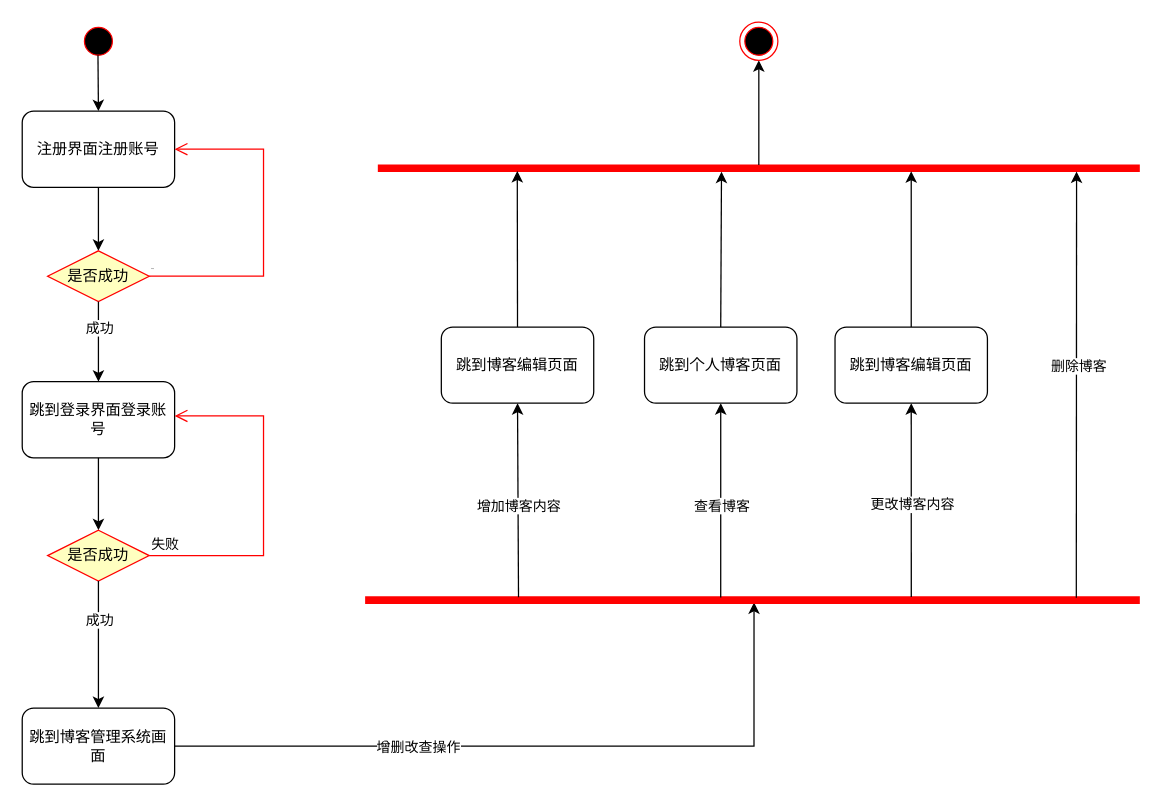
Above: BlogActivity.drawio in YANGRUIPU/personal-blog-project (draw.io), before the change. Source tidied: cells renumbered, new cells numbered last; positions are measured from the earlier drawing's top-left corner, leaving out a move shared by most shapes. Both pictures are drawn from the tidied source at 127%, with x=0, y=0 at pixel (22, 22).
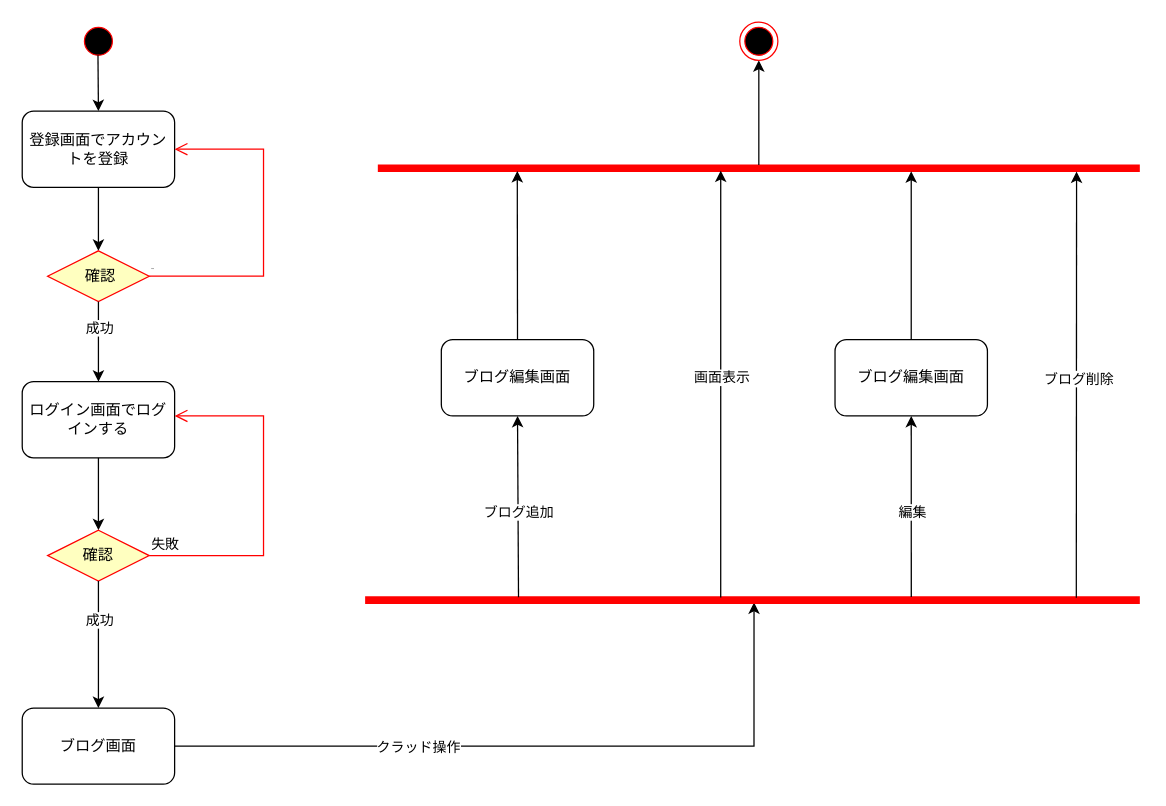
After the change.

The change refers to these unchanged cells:
```xml
<mxCell id="17" style="endArrow=classic;html=1;rounded=0;exitX=1;exitY=0.5;exitDx=0;exitDy=0;edgeStyle=orthogonalEdgeStyle;entryX=0.502;entryY=0.685;entryDx=0;entryDy=0;entryPerimeter=0;" parent="1" edge="1" source="16" target="19">
  <mxGeometry relative="1" as="geometry" />
</mxCell>
<mxCell id="19" style="shape=line;html=1;strokeWidth=6;strokeColor=#ff0000;fontFamily=Helvetica;fontSize=11;fontColor=default;fillColor=#000000;" parent="1" vertex="1">
  <mxGeometry x="270" y="450" width="610" height="10" as="geometry" />
</mxCell>
<mxCell id="20" style="shape=line;html=1;strokeWidth=6;strokeColor=#ff0000;fontFamily=Helvetica;fontSize=11;fontColor=default;fillColor=#000000;" parent="1" vertex="1">
  <mxGeometry x="280" y="110" width="600" height="10" as="geometry" />
</mxCell>
<mxCell id="21" style="endArrow=classic;html=1;rounded=0;exitX=0.198;exitY=0.272;exitDx=0;exitDy=0;exitPerimeter=0;entryX=0.5;entryY=1;entryDx=0;entryDy=0;" parent="1" edge="1" source="19" target="35">
  <mxGeometry relative="1" as="geometry" />
</mxCell>
<mxCell id="25" style="endArrow=classic;html=1;rounded=0;exitX=0.705;exitY=0.249;exitDx=0;exitDy=0;exitPerimeter=0;entryX=0.5;entryY=1;entryDx=0;entryDy=0;" parent="1" edge="1" source="19" target="33">
  <mxGeometry relative="1" as="geometry" />
</mxCell>
<mxCell id="27" style="endArrow=classic;html=1;rounded=0;exitX=0.918;exitY=0.319;exitDx=0;exitDy=0;exitPerimeter=0;entryX=0.917;entryY=0.756;entryDx=0;entryDy=0;entryPerimeter=0;" parent="1" edge="1" source="19" target="20">
  <mxGeometry relative="1" as="geometry" />
</mxCell>
```

Diff of the diagram source:
```diff
@@
-    <mxCell id="3" value="注册界面注册账号" style="rounded=1;whiteSpace=wrap;html=1;" parent="1" vertex="1">
+    <mxCell id="3" value="登録画面でアカウントを登録" style="rounded=1;whiteSpace=wrap;html=1;" parent="1" vertex="1">
       <mxGeometry y="70" width="120" height="60" as="geometry" />
     </mxCell>
@@
-    <mxCell id="6" value="是否成功" style="rhombus;whiteSpace=wrap;html=1;fontColor=#000000;fillColor=#ffffc0;strokeColor=#ff0000;" parent="1" vertex="1">
+    <mxCell id="6" value="&amp;nbsp;確認" style="rhombus;whiteSpace=wrap;html=1;fontColor=#000000;fillColor=#ffffc0;strokeColor=#ff0000;" parent="1" vertex="1">
       <mxGeometry x="20" y="180" width="80" height="40" as="geometry" />
     </mxCell>
-    <mxCell id="7" value="&lt;font style=&quot;font-size: 1px;&quot;&gt;失败&lt;/font&gt;" style="edgeStyle=orthogonalEdgeStyle;html=1;align=left;verticalAlign=bottom;endArrow=open;endSize=8;strokeColor=#ff0000;rounded=0;entryX=1;entryY=0.5;entryDx=0;entryDy=0;exitX=1;exitY=0.5;exitDx=0;exitDy=0;" parent="1" edge="1" source="6" target="3">
+    <mxCell id="7" value="&lt;span style=&quot;font-size: 1px;&quot;&gt;失敗&lt;/span&gt;" style="edgeStyle=orthogonalEdgeStyle;html=1;align=left;verticalAlign=bottom;endArrow=open;endSize=8;strokeColor=#ff0000;rounded=0;entryX=1;entryY=0.5;entryDx=0;entryDy=0;exitX=1;exitY=0.5;exitDx=0;exitDy=0;" parent="1" edge="1" source="6" target="3">
       <mxGeometry x="-1" relative="1" as="geometry">
         <Array as="points">
           <mxPoint x="190" y="200" />
           <mxPoint x="190" y="100" />
         </Array>
       </mxGeometry>
     </mxCell>
@@
-    <mxCell id="10" value="跳到登录界面登录账号" style="rounded=1;whiteSpace=wrap;html=1;" parent="1" vertex="1">
+    <mxCell id="10" value="ログイン画面でログインする" style="rounded=1;whiteSpace=wrap;html=1;" parent="1" vertex="1">
       <mxGeometry y="283" width="120" height="60" as="geometry" />
     </mxCell>
@@
-    <mxCell id="12" value="是否成功" style="rhombus;whiteSpace=wrap;html=1;fontColor=#000000;fillColor=#ffffc0;strokeColor=#ff0000;" parent="1" vertex="1">
+    <mxCell id="12" value="確認" style="rhombus;whiteSpace=wrap;html=1;fontColor=#000000;fillColor=#ffffc0;strokeColor=#ff0000;" parent="1" vertex="1">
       <mxGeometry x="20" y="400" width="80" height="40" as="geometry" />
     </mxCell>
-    <mxCell id="13" value="失败" style="edgeStyle=orthogonalEdgeStyle;html=1;align=left;verticalAlign=bottom;endArrow=open;endSize=8;strokeColor=#ff0000;rounded=0;" parent="1" edge="1" source="12" target="10">
+    <mxCell id="13" value="失敗" style="edgeStyle=orthogonalEdgeStyle;html=1;align=left;verticalAlign=bottom;endArrow=open;endSize=8;strokeColor=#ff0000;rounded=0;" parent="1" edge="1" source="12" target="10">
       <mxGeometry x="-1" relative="1" as="geometry">
         <Array as="points">
           <mxPoint x="190" y="420" />
           <mxPoint x="190" y="310" />
         </Array>
       </mxGeometry>
     </mxCell>
@@
-    <mxCell id="16" value="跳到博客管理系统画面" style="rounded=1;whiteSpace=wrap;html=1;" parent="1" vertex="1">
+    <mxCell id="16" value="ブログ画面" style="rounded=1;whiteSpace=wrap;html=1;" parent="1" vertex="1">
       <mxGeometry y="540" width="120" height="60" as="geometry" />
     </mxCell>
@@
-    <mxCell id="18" value="增删改查操作" style="edgeLabel;html=1;align=center;verticalAlign=middle;" parent="17" vertex="1">
+    <mxCell id="18" value="クラッド操作" style="edgeLabel;html=1;align=center;verticalAlign=middle;" parent="17" vertex="1">
       <mxGeometry x="-0.33" relative="1" as="geometry" />
     </mxCell>
@@
-    <mxCell id="22" value="增加博客内容" style="edgeLabel;html=1;align=center;verticalAlign=middle;" parent="21" vertex="1">
+    <mxCell id="22" value="ブログ追加" style="edgeLabel;html=1;align=center;verticalAlign=middle;" parent="21" vertex="1">
       <mxGeometry x="0.13" relative="1" as="geometry">
         <mxPoint y="14" as="offset" />
       </mxGeometry>
     </mxCell>
-    <mxCell id="23" style="endArrow=classic;html=1;rounded=0;entryX=0.5;entryY=1;entryDx=0;entryDy=0;exitX=0.459;exitY=0.296;exitDx=0;exitDy=0;exitPerimeter=0;" parent="1" edge="1" source="19" target="31">
+    <mxCell id="23" style="endArrow=classic;html=1;rounded=0;exitX=0.459;exitY=0.296;exitDx=0;exitDy=0;exitPerimeter=0;entryX=0.45;entryY=0.685;entryDx=0;entryDy=0;entryPerimeter=0;" parent="1" edge="1" source="19" target="20">
       <mxGeometry relative="1" as="geometry">
         <Array as="points">
           <mxPoint x="550" y="380" />
+          <mxPoint x="550" y="140" />
         </Array>
       </mxGeometry>
     </mxCell>
-    <mxCell id="24" value="查看博客" style="edgeLabel;html=1;align=center;verticalAlign=middle;" parent="23" vertex="1">
+    <mxCell id="24" value="画面表示" style="edgeLabel;html=1;align=center;verticalAlign=middle;" parent="23" vertex="1">
       <mxGeometry x="0.17" y="-1" relative="1" as="geometry">
-        <mxPoint x="-1" y="17" as="offset" />
+        <mxPoint x="-1" y="24" as="offset" />
       </mxGeometry>
     </mxCell>
@@
-    <mxCell id="26" value="更改博客内容" style="edgeLabel;html=1;align=center;verticalAlign=middle;" parent="25" vertex="1">
+    <mxCell id="26" value="編集" style="edgeLabel;html=1;align=center;verticalAlign=middle;" parent="25" vertex="1">
       <mxGeometry x="0.07" y="1" relative="1" as="geometry">
         <mxPoint x="1" y="9" as="offset" />
       </mxGeometry>
     </mxCell>
@@
-    <mxCell id="28" value="删除博客" style="edgeLabel;html=1;align=center;verticalAlign=middle;" parent="27" vertex="1">
+    <mxCell id="28" value="ブログ削除" style="edgeLabel;html=1;align=center;verticalAlign=middle;" parent="27" vertex="1">
       <mxGeometry x="0.13" y="-1" relative="1" as="geometry">
-        <mxPoint y="7" as="offset" />
+        <mxPoint y="17" as="offset" />
       </mxGeometry>
     </mxCell>
@@
-    <mxCell id="31" value="跳到个人博客页面" style="rounded=1;whiteSpace=wrap;html=1;" parent="1" vertex="1">
-      <mxGeometry x="490" y="240" width="120" height="60" as="geometry" />
-    </mxCell>
-    <mxCell id="32" style="endArrow=classic;html=1;rounded=0;exitX=0.5;exitY=0;exitDx=0;exitDy=0;entryX=0.451;entryY=0.769;entryDx=0;entryDy=0;entryPerimeter=0;" parent="1" edge="1" source="31" target="20">
-      <mxGeometry relative="1" as="geometry" />
-    </mxCell>
-    <mxCell id="33" value="跳到博客编辑页面" style="rounded=1;whiteSpace=wrap;html=1;" parent="1" vertex="1">
-      <mxGeometry x="640" y="240" width="120" height="60" as="geometry" />
+    <mxCell id="33" value="ブログ編集画面" style="rounded=1;whiteSpace=wrap;html=1;" parent="1" vertex="1">
+      <mxGeometry x="640" y="250" width="120" height="60" as="geometry" />
     </mxCell>
@@
-    <mxCell id="35" value="跳到博客编辑页面" style="rounded=1;whiteSpace=wrap;html=1;" parent="1" vertex="1">
-      <mxGeometry x="330" y="240" width="120" height="60" as="geometry" />
+    <mxCell id="35" value="ブログ編集画面" style="rounded=1;whiteSpace=wrap;html=1;" parent="1" vertex="1">
+      <mxGeometry x="330" y="250" width="120" height="60" as="geometry" />
     </mxCell>
```
